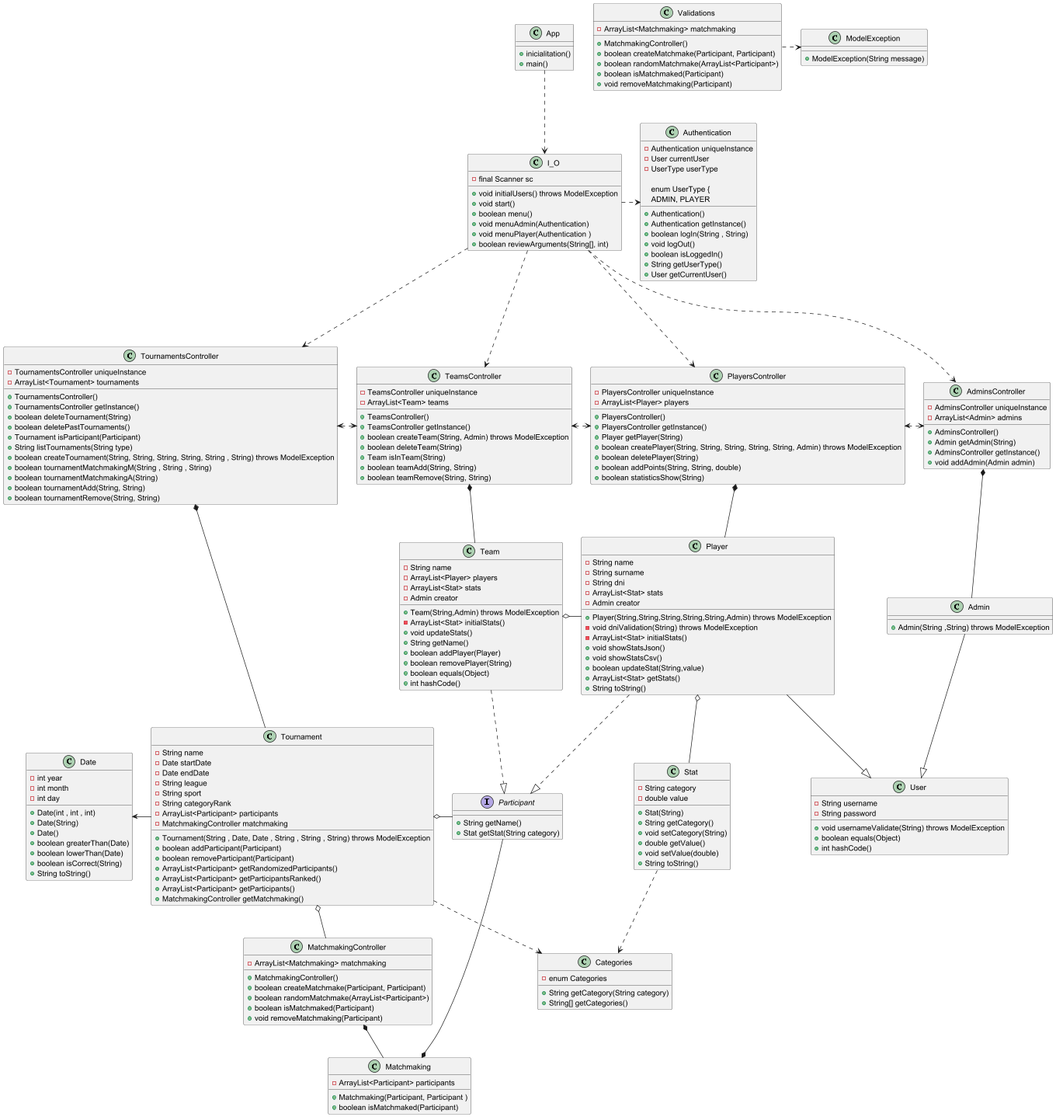
The PlantUML diagram documents/umlPNG.png in AlbertoArpa/POO2, before a commit. Source of this version:
```plantuml
@startuml uml

App ..> I_O
I_O ...> TournamentsController
I_O ...> TeamsController
I_O ...> PlayersController
I_O ...> AdminsController
I_O .> Authentication
TeamsController <.> PlayersController
PlayersController <.> AdminsController
TournamentsController <.> TeamsController
TournamentsController *-- Tournament
Tournament o-- MatchmakingController
MatchmakingController *-- Matchmaking
AdminsController *-- Admin
PlayersController *-- Player
Player o-- Stat
Stat ..> Categories
TeamsController *-- Team
Team o- Player
Tournament o- Participant
Date <- Tournament
Tournament ..> Categories
Team ..|> Participant
Player ..|> Participant
Player --|> User
Admin --|> User
Participant ---* Matchmaking
Validations .> ModelException


class App{
    +inicialitation()
    +main()
}

class User{
    - String username
    - String password
    + void usernameValidate(String) throws ModelException
    + boolean equals(Object)
    + int hashCode()
}

class Player{
    - String name
    - String surname
    - String dni
    - ArrayList<Stat> stats
    - Admin creator
    + Player(String,String,String,String,String,Admin) throws ModelException
    - void dniValidation(String) throws ModelException
    - ArrayList<Stat> initialStats()
    + void showStatsJson()
    + void showStatsCsv()
    + boolean updateStat(String,value)
    + ArrayList<Stat> getStats()
    + String toString()
}

class Admin{
    + Admin(String ,String) throws ModelException
}

class Categories{
    -enum Categories
    +String getCategory(String category)
    +String[] getCategories()
}

class Stat{
    - String category
    - double value
    + Stat(String)
    + String getCategory()
    + void setCategory(String)
    + double getValue()
    + void setValue(double)
    + String toString()
}

class Team{
    - String name
    - ArrayList<Player> players
    - ArrayList<Stat> stats
    - Admin creator
    + Team(String,Admin) throws ModelException
    - ArrayList<Stat> initialStats()
    + void updateStats()
    + String getName()
    + boolean addPlayer(Player)
    + boolean removePlayer(String)
    + boolean equals(Object)
    + int hashCode()
}

class Matchmaking{
    - ArrayList<Participant> participants
    + Matchmaking(Participant, Participant )
    + boolean isMatchmaked(Participant)
}

class Tournament{
    - String name
    - Date startDate
    - Date endDate
    - String league
    - String sport
    - String categoryRank
    - ArrayList<Participant> participants
    - MatchmakingController matchmaking
    + Tournament(String , Date, Date , String , String , String) throws ModelException
    + boolean addParticipant(Participant)
    + boolean removeParticipant(Participant)
    + ArrayList<Participant> getRandomizedParticipants()
    + ArrayList<Participant> getParticipantsRanked()
    + ArrayList<Participant> getParticipants()
    + MatchmakingController getMatchmaking()
}

class AdminsController{
    - AdminsController uniqueInstance
    - ArrayList<Admin> admins
    + AdminsController()
    + Admin getAdmin(String)
    + AdminsController getInstance()
    + void addAdmin(Admin admin)
}

class PlayersController{
    - PlayersController uniqueInstance
    - ArrayList<Player> players
    + PlayersController()
    + PlayersController getInstance()
    + Player getPlayer(String)
    + boolean createPlayer(String, String, String, String, String, Admin) throws ModelException
    + boolean deletePlayer(String)
    + boolean addPoints(String, String, double)
    + boolean statisticsShow(String)
}

class Authentication{
    - Authentication uniqueInstance
    - User currentUser
    - UserType userType
    + Authentication()
    + Authentication getInstance()
    + boolean logIn(String , String)
    + void logOut()
    + boolean isLoggedIn()
    + String getUserType()
    + User getCurrentUser()

    enum UserType {
        ADMIN, PLAYER
}

class TournamentsController{
    - TournamentsController uniqueInstance
    - ArrayList<Tournament> tournaments
    + TournamentsController()
    + TournamentsController getInstance()
    + boolean deleteTournament(String)
    + boolean deletePastTournaments()
    + Tournament isParticipant(Participant)
    + String listTournaments(String type)
    + boolean createTournament(String, String, String, String, String , String) throws ModelException
    + boolean tournamentMatchmakingM(String , String , String)
    + boolean tournamentMatchmakingA(String)
    + boolean tournamentAdd(String, String)
    + boolean tournamentRemove(String, String)
}

class TeamsController{
    - TeamsController uniqueInstance
    - ArrayList<Team> teams
    + TeamsController()
    + TeamsController getInstance()
    + boolean createTeam(String, Admin) throws ModelException
    + boolean deleteTeam(String)
    + Team isInTeam(String)
    + boolean teamAdd(String, String)
    + boolean teamRemove(String, String)
}

interface Participant{
    + String getName()
    + Stat getStat(String category)
}

class ModelException{
    + ModelException(String message)
}

class Date{
    - int year
    - int month
    - int day
    + Date(int , int , int)
    + Date(String)
    + Date()
    + boolean greaterThan(Date)
    + boolean lowerThan(Date)
    + boolean isCorrect(String)
    + String toString()
}

class I_O{
    - final Scanner sc
    + void initialUsers() throws ModelException
    + void start()
    + boolean menu()
    + void menuAdmin(Authentication)
    + void menuPlayer(Authentication )
    + boolean reviewArguments(String[], int)
}

class MatchmakingController{
    - ArrayList<Matchmaking> matchmaking
    + MatchmakingController()
    + boolean createMatchmake(Participant, Participant)
    + boolean randomMatchmake(ArrayList<Participant>)
    + boolean isMatchmaked(Participant)
    + void removeMatchmaking(Participant)
}

class Validations{
    - ArrayList<Matchmaking> matchmaking
    + MatchmakingController()
    + boolean createMatchmake(Participant, Participant)
    + boolean randomMatchmake(ArrayList<Participant>)
    + boolean isMatchmaked(Participant)
    + void removeMatchmaking(Participant)
}

@enduml
```
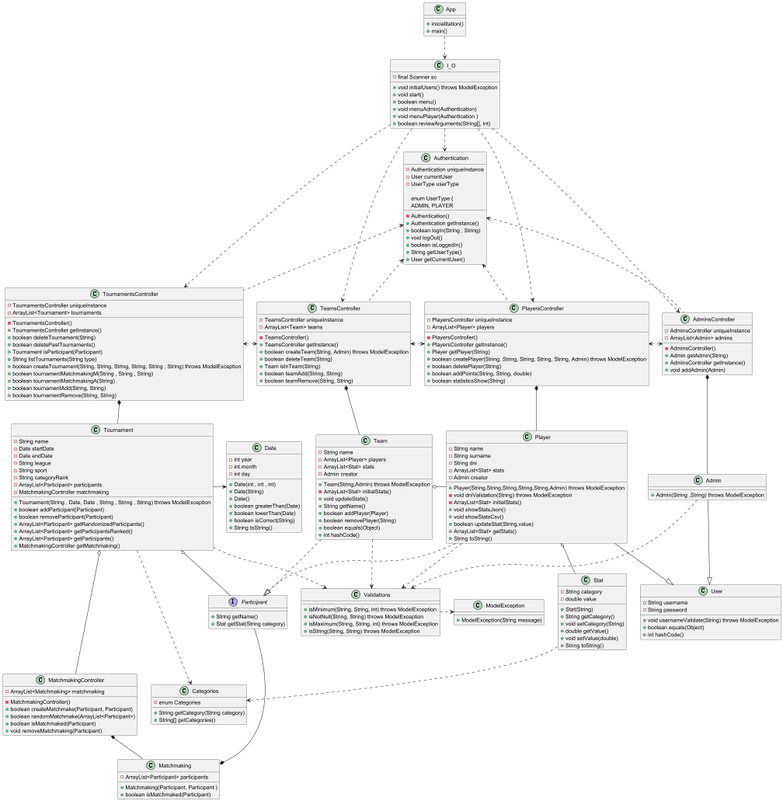
After the commit.

Diff of the diagram source:
```diff
@@ -6,6 +6,10 @@
 I_O ...> PlayersController
 I_O ...> AdminsController
 I_O .> Authentication
+Authentication <.. AdminsController
+Authentication <.. PlayersController
+Authentication <.. TeamsController
+Authentication <.. TournamentsController
 TeamsController <.> PlayersController
 PlayersController <.> AdminsController
 TournamentsController <.> TeamsController
@@ -26,6 +30,10 @@
 Player --|> User
 Admin --|> User
 Participant ---* Matchmaking
+Player ..> Validations
+Admin ..> Validations
+Team ..> Validations
+Tournament ..> Validations
 Validations .> ModelException
 
 
@@ -121,16 +129,16 @@
 class AdminsController{
     - AdminsController uniqueInstance
     - ArrayList<Admin> admins
-    + AdminsController()
+    - AdminsController()
     + Admin getAdmin(String)
     + AdminsController getInstance()
-    + void addAdmin(Admin admin)
+    + void addAdmin(Admin)
 }
 
 class PlayersController{
     - PlayersController uniqueInstance
     - ArrayList<Player> players
-    + PlayersController()
+    - PlayersController()
     + PlayersController getInstance()
     + Player getPlayer(String)
     + boolean createPlayer(String, String, String, String, String, Admin) throws ModelException
@@ -143,7 +151,7 @@
     - Authentication uniqueInstance
     - User currentUser
     - UserType userType
-    + Authentication()
+    - Authentication()
     + Authentication getInstance()
     + boolean logIn(String , String)
     + void logOut()
@@ -158,7 +166,7 @@
 class TournamentsController{
     - TournamentsController uniqueInstance
     - ArrayList<Tournament> tournaments
-    + TournamentsController()
+    - TournamentsController()
     + TournamentsController getInstance()
     + boolean deleteTournament(String)
     + boolean deletePastTournaments()
@@ -174,7 +182,7 @@
 class TeamsController{
     - TeamsController uniqueInstance
     - ArrayList<Team> teams
-    + TeamsController()
+    - TeamsController()
     + TeamsController getInstance()
     + boolean createTeam(String, Admin) throws ModelException
     + boolean deleteTeam(String)
@@ -217,7 +225,7 @@
 
 class MatchmakingController{
     - ArrayList<Matchmaking> matchmaking
-    + MatchmakingController()
+    - MatchmakingController()
     + boolean createMatchmake(Participant, Participant)
     + boolean randomMatchmake(ArrayList<Participant>)
     + boolean isMatchmaked(Participant)
@@ -225,12 +233,10 @@
 }
 
 class Validations{
-    - ArrayList<Matchmaking> matchmaking
-    + MatchmakingController()
-    + boolean createMatchmake(Participant, Participant)
-    + boolean randomMatchmake(ArrayList<Participant>)
-    + boolean isMatchmaked(Participant)
-    + void removeMatchmaking(Participant)
+    + isMinimum(String, String, int) throws ModelException
+    + isNotNull(String, String) throws ModelException
+    + isMaximum(String, String, int) throws ModelException
+    + isString(String, String) throws ModelException
 }
 
 @enduml
```
